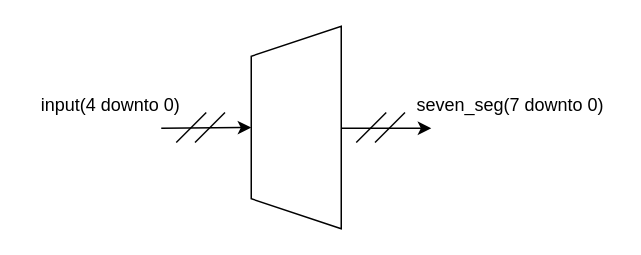
Earlier version of the draw.io diagram ssd.drawio (Gaulgeous/Stock-Market-Prediction). Source tidied: cells renumbered, new cells numbered last; positions are measured from the earlier drawing's top-left corner, leaving out a move shared by most shapes. Both pictures are drawn from the tidied source at 150%, with x=0, y=0 at pixel (26, 81).
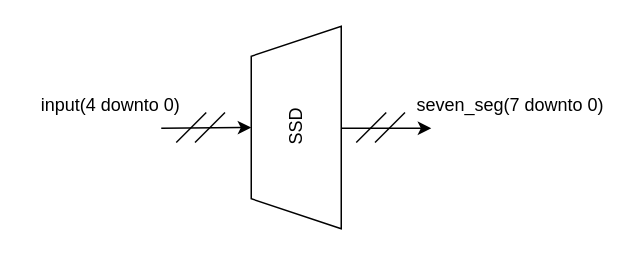
After the change.

What changed in the source:
```diff
@@
 <mxGraphModel>
   <root>
     <mxCell id="0" />
     <mxCell id="1" parent="0" />
-    <mxCell id="2" style="shape=trapezoid;perimeter=trapezoidPerimeter;whiteSpace=wrap;html=1;fixedSize=1;rotation=-90;" parent="1" vertex="1">
+    <mxCell id="2" value="SSD" style="shape=trapezoid;perimeter=trapezoidPerimeter;whiteSpace=wrap;html=1;fixedSize=1;rotation=-90;" parent="1" vertex="1">
       <mxGeometry x="112.5" y="0.5" width="135" height="60" as="geometry" />
     </mxCell>
     <mxCell id="3" style="group;" parent="1" vertex="1">
       <mxGeometry x="90" y="20.5" width="42.5" height="20" as="geometry" />
     </mxCell>
     <mxCell id="4" style="endArrow=classic;html=1;rounded=0;entryX=0.5;entryY=0;entryDx=0;entryDy=0;" parent="3" edge="1" target="2">
       <mxGeometry relative="1" as="geometry">
         <mxPoint y="10.5" as="sourcePoint" />
       </mxGeometry>
     </mxCell>
     <mxCell id="5" style="endArrow=none;html=1;rounded=0;" parent="3" edge="1">
       <mxGeometry relative="1" as="geometry">
         <mxPoint x="10" y="20" as="sourcePoint" />
         <mxPoint x="30" as="targetPoint" />
       </mxGeometry>
     </mxCell>
     <mxCell id="6" style="endArrow=none;html=1;rounded=0;" parent="3" edge="1">
       <mxGeometry relative="1" as="geometry">
         <mxPoint x="22.5" y="20" as="sourcePoint" />
         <mxPoint x="42.5" as="targetPoint" />
       </mxGeometry>
     </mxCell>
     <mxCell id="7" style="group;" parent="1" vertex="1">
       <mxGeometry x="210" y="20.5" width="42.5" height="20" as="geometry" />
     </mxCell>
     <mxCell id="8" style="endArrow=classic;html=1;rounded=0;" parent="7" edge="1">
       <mxGeometry relative="1" as="geometry">
         <mxPoint y="10.5" as="sourcePoint" />
         <mxPoint x="60" y="10.5" as="targetPoint" />
       </mxGeometry>
     </mxCell>
     <mxCell id="9" style="endArrow=none;html=1;rounded=0;" parent="7" edge="1">
       <mxGeometry relative="1" as="geometry">
         <mxPoint x="10" y="20" as="sourcePoint" />
         <mxPoint x="30" as="targetPoint" />
       </mxGeometry>
     </mxCell>
     <mxCell id="10" style="endArrow=none;html=1;rounded=0;" parent="7" edge="1">
       <mxGeometry relative="1" as="geometry">
         <mxPoint x="22.5" y="20" as="sourcePoint" />
         <mxPoint x="42.5" as="targetPoint" />
       </mxGeometry>
     </mxCell>
     <mxCell id="11" value="input(4 downto 0)" style="text;html=1;strokeColor=none;fillColor=none;align=center;verticalAlign=middle;whiteSpace=wrap;rounded=0;" parent="1" vertex="1">
       <mxGeometry y="0.5" width="112.5" height="30" as="geometry" />
     </mxCell>
     <mxCell id="12" value="seven_seg(7 downto 0)" style="text;html=1;strokeColor=none;fillColor=none;align=center;verticalAlign=middle;whiteSpace=wrap;rounded=0;" parent="1" vertex="1">
       <mxGeometry x="252.5" y="0.5" width="140" height="30" as="geometry" />
     </mxCell>
   </root>
 </mxGraphModel>
```
